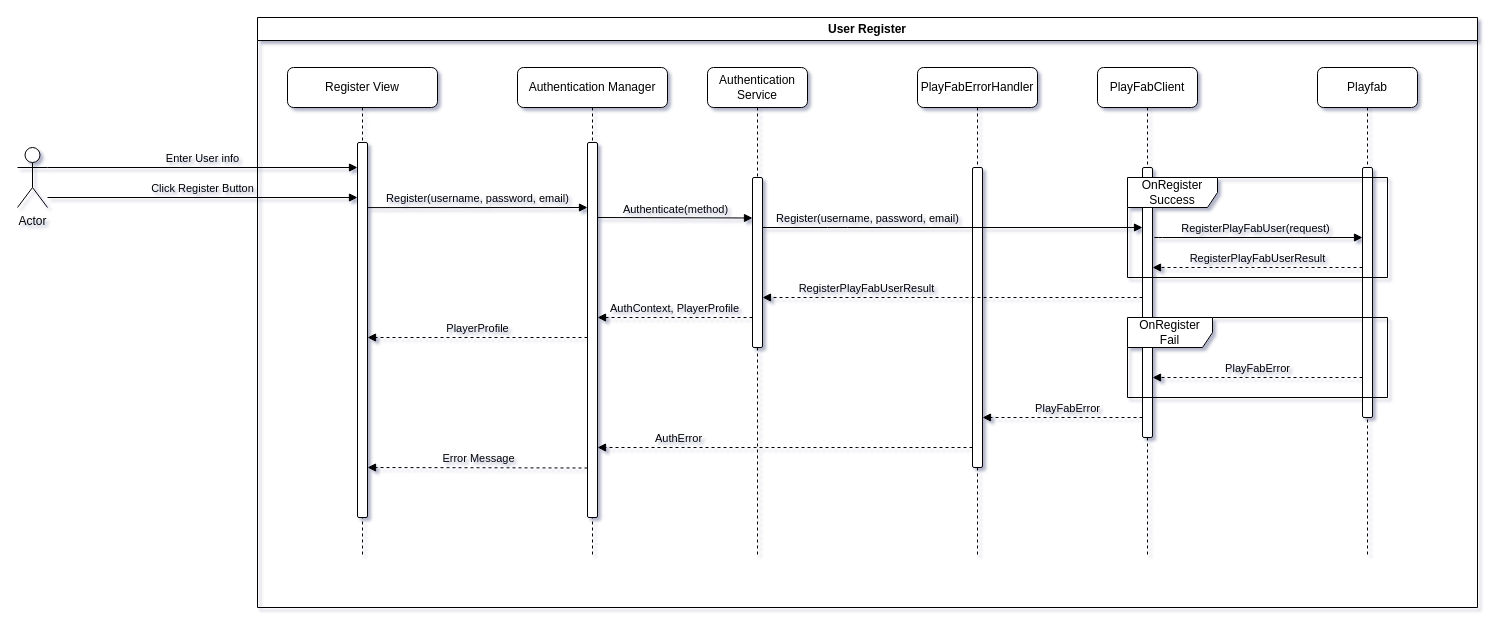
This is page "Register" (1 of 3) of cosmic-shore-backend-services.drawio from froglet-studio/cosmic-shore-backend-diagrams, a draw.io file, before an edit. Source tidied: cells renumbered, new cells numbered last; positions are measured from the earlier drawing's top-left corner, leaving out a move shared by most shapes. Both pictures are drawn from the tidied source at 100%, with x=0, y=0 at pixel (17, 17).
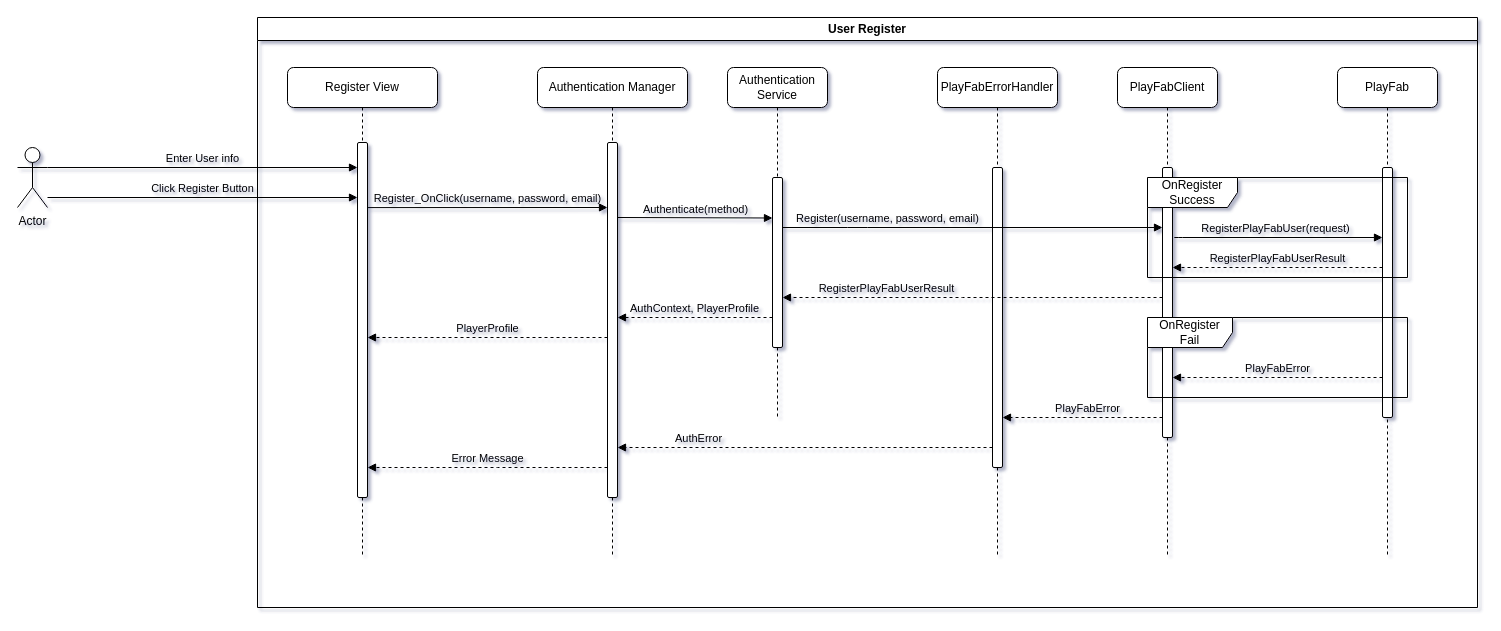
The same page after the edit.

Unchanged cells that the change refers to:
```xml
<mxCell id="10" style="html=1;points=[];perimeter=orthogonalPerimeter;outlineConnect=0;targetShapes=umlLifeline;portConstraint=eastwest;newEdgeStyle={&quot;edgeStyle&quot;:&quot;elbowEdgeStyle&quot;,&quot;elbow&quot;:&quot;vertical&quot;,&quot;curved&quot;:0,&quot;rounded&quot;:0};labelBackgroundColor=none;rounded=1;" parent="9" vertex="1">
  <mxGeometry x="45" y="100" width="10" height="270" as="geometry" />
</mxCell>
<mxCell id="12" style="html=1;points=[];perimeter=orthogonalPerimeter;outlineConnect=0;targetShapes=umlLifeline;portConstraint=eastwest;newEdgeStyle={&quot;edgeStyle&quot;:&quot;elbowEdgeStyle&quot;,&quot;elbow&quot;:&quot;vertical&quot;,&quot;curved&quot;:0,&quot;rounded&quot;:0};labelBackgroundColor=none;rounded=1;" parent="11" vertex="1">
  <mxGeometry x="45" y="100" width="10" height="250" as="geometry" />
</mxCell>
<mxCell id="17" style="html=1;points=[];perimeter=orthogonalPerimeter;outlineConnect=0;targetShapes=umlLifeline;portConstraint=eastwest;newEdgeStyle={&quot;edgeStyle&quot;:&quot;elbowEdgeStyle&quot;,&quot;elbow&quot;:&quot;vertical&quot;,&quot;curved&quot;:0,&quot;rounded&quot;:0};labelBackgroundColor=none;rounded=1;" parent="16" vertex="1">
  <mxGeometry x="55" y="100" width="10" height="300" as="geometry" />
</mxCell>
<mxCell id="31" value="Actor" style="shape=umlActor;verticalLabelPosition=bottom;verticalAlign=top;html=1;outlineConnect=0;" parent="1" vertex="1">
  <mxGeometry y="130" width="30" height="60" as="geometry" />
</mxCell>
```

The edit, as a diff of the source:
```diff
@@
+    <mxCell id="7" value="Register View" style="shape=umlLifeline;perimeter=lifelinePerimeter;whiteSpace=wrap;html=1;newEdgeStyle={&quot;edgeStyle&quot;:&quot;elbowEdgeStyle&quot;,&quot;elbow&quot;:&quot;vertical&quot;,&quot;curved&quot;:0,&quot;rounded&quot;:0};labelBackgroundColor=none;rounded=1;glass=0;" parent="1" vertex="1">
+      <mxGeometry x="270" y="50" width="150" height="490" as="geometry" />
+    </mxCell>
+    <mxCell id="8" style="html=1;perimeter=orthogonalPerimeter;targetShapes=umlLifeline;newEdgeStyle={&quot;edgeStyle&quot;:&quot;elbowEdgeStyle&quot;,&quot;elbow&quot;:&quot;vertical&quot;,&quot;curved&quot;:0,&quot;rounded&quot;:0};labelBackgroundColor=none;rounded=1;" parent="7" vertex="1">
+      <mxGeometry x="70" y="75" width="10" height="355" as="geometry" />
+    </mxCell>
+    <mxCell id="23" value="User Register" style="swimlane;whiteSpace=wrap;html=1;" parent="1" vertex="1">
+      <mxGeometry x="240" width="1220" height="590" as="geometry" />
+    </mxCell>
+    <mxCell id="24" value="Click Register Button" style="html=1;verticalAlign=bottom;endArrow=block;edgeStyle=elbowEdgeStyle;elbow=vertical;curved=0;rounded=1;labelBackgroundColor=none;fontColor=default;" parent="23" edge="1" source="31">
+      <mxGeometry relative="1" as="geometry">
+        <mxPoint x="100" y="180.6" as="targetPoint" />
+        <Array as="points">
+          <mxPoint x="110" y="180" />
+        </Array>
+      </mxGeometry>
+    </mxCell>
+    <mxCell id="25" value="Enter User info" style="html=1;verticalAlign=bottom;endArrow=block;edgeStyle=elbowEdgeStyle;elbow=vertical;curved=0;rounded=1;labelBackgroundColor=none;fontColor=default;exitX=1;exitY=0.3333333333333333;exitDx=0;exitDy=0;exitPerimeter=0;" parent="23" edge="1" source="31">
+      <mxGeometry relative="1" as="geometry">
+        <mxPoint x="100" y="150.6" as="targetPoint" />
+        <Array as="points">
+          <mxPoint x="110" y="150" />
+        </Array>
+      </mxGeometry>
+    </mxCell>
+    <mxCell id="26" value="Register_OnClick(username, password, email)" style="html=1;verticalAlign=bottom;endArrow=block;edgeStyle=elbowEdgeStyle;elbow=vertical;curved=0;rounded=1;labelBackgroundColor=none;fontColor=default;" parent="23" edge="1" target="3">
+      <mxGeometry relative="1" as="geometry">
+        <mxPoint x="110" y="190.1" as="sourcePoint" />
+      </mxGeometry>
+    </mxCell>
+    <mxCell id="29" value="Error Message" style="html=1;verticalAlign=bottom;endArrow=block;edgeStyle=elbowEdgeStyle;elbow=vertical;curved=0;rounded=1;labelBackgroundColor=none;fontColor=default;dashed=1;" parent="23" edge="1" source="3">
+      <mxGeometry relative="1" as="geometry">
+        <mxPoint x="110" y="450" as="targetPoint" />
+      </mxGeometry>
+    </mxCell>
+    <mxCell id="30" value="PlayerProfile" style="html=1;verticalAlign=bottom;endArrow=block;edgeStyle=elbowEdgeStyle;elbow=vertical;curved=0;rounded=1;labelBackgroundColor=none;fontColor=default;dashed=1;" parent="23" edge="1" source="3">
+      <mxGeometry relative="1" as="geometry">
+        <mxPoint x="110" y="320.5" as="targetPoint" />
+        <Array as="points">
+          <mxPoint x="200" y="320" />
+        </Array>
+      </mxGeometry>
+    </mxCell>
-    <mxCell id="2" value="Authentication Manager" style="shape=umlLifeline;perimeter=lifelinePerimeter;whiteSpace=wrap;html=1;newEdgeStyle={&quot;edgeStyle&quot;:&quot;elbowEdgeStyle&quot;,&quot;elbow&quot;:&quot;vertical&quot;,&quot;curved&quot;:0,&quot;rounded&quot;:0};labelBackgroundColor=none;rounded=1;glass=0;" parent="1" vertex="1">
-      <mxGeometry x="500" y="50" width="150" height="490" as="geometry" />
+    <mxCell id="2" value="Authentication Manager" style="shape=umlLifeline;perimeter=lifelinePerimeter;whiteSpace=wrap;html=1;newEdgeStyle={&quot;edgeStyle&quot;:&quot;elbowEdgeStyle&quot;,&quot;elbow&quot;:&quot;vertical&quot;,&quot;curved&quot;:0,&quot;rounded&quot;:0};labelBackgroundColor=none;rounded=1;glass=0;" parent="23" vertex="1">
+      <mxGeometry x="280" y="50" width="150" height="490" as="geometry" />
     </mxCell>
     <mxCell id="3" style="html=1;points=[];perimeter=orthogonalPerimeter;outlineConnect=0;targetShapes=umlLifeline;portConstraint=eastwest;newEdgeStyle={&quot;edgeStyle&quot;:&quot;elbowEdgeStyle&quot;,&quot;elbow&quot;:&quot;vertical&quot;,&quot;curved&quot;:0,&quot;rounded&quot;:0};labelBackgroundColor=none;rounded=1;" parent="2" vertex="1">
-      <mxGeometry x="70" y="75" width="10" height="375" as="geometry" />
+      <mxGeometry x="70" y="75" width="10" height="355" as="geometry" />
     </mxCell>
-    <mxCell id="4" value="Authentication Service" style="shape=umlLifeline;perimeter=lifelinePerimeter;whiteSpace=wrap;html=1;newEdgeStyle={&quot;edgeStyle&quot;:&quot;elbowEdgeStyle&quot;,&quot;elbow&quot;:&quot;vertical&quot;,&quot;curved&quot;:0,&quot;rounded&quot;:0};labelBackgroundColor=none;rounded=1;" parent="1" vertex="1">
-      <mxGeometry x="690" y="50" width="100" height="490" as="geometry" />
+    <mxCell id="4" value="Authentication Service" style="shape=umlLifeline;perimeter=lifelinePerimeter;whiteSpace=wrap;html=1;newEdgeStyle={&quot;edgeStyle&quot;:&quot;elbowEdgeStyle&quot;,&quot;elbow&quot;:&quot;vertical&quot;,&quot;curved&quot;:0,&quot;rounded&quot;:0};labelBackgroundColor=none;rounded=1;" parent="23" vertex="1">
+      <mxGeometry x="470" y="50" width="100" height="350" as="geometry" />
     </mxCell>
@@
-    <mxCell id="6" value="AuthContext, PlayerProfile" style="html=1;verticalAlign=bottom;endArrow=block;edgeStyle=elbowEdgeStyle;elbow=vertical;curved=0;rounded=1;labelBackgroundColor=none;fontColor=default;dashed=1;" parent="1" edge="1">
+    <mxCell id="6" value="AuthContext, PlayerProfile" style="html=1;verticalAlign=bottom;endArrow=block;edgeStyle=elbowEdgeStyle;elbow=vertical;curved=0;rounded=1;labelBackgroundColor=none;fontColor=default;dashed=1;" parent="23" edge="1">
       <mxGeometry relative="1" as="geometry">
-        <mxPoint x="735" y="300" as="sourcePoint" />
-        <mxPoint x="580" y="300.5" as="targetPoint" />
+        <mxPoint x="515" y="300" as="sourcePoint" />
+        <mxPoint x="360" y="300.5" as="targetPoint" />
         <Array as="points">
-          <mxPoint x="670" y="300" />
+          <mxPoint x="450" y="300" />
         </Array>
       </mxGeometry>
     </mxCell>
-    <mxCell id="7" value="Register View" style="shape=umlLifeline;perimeter=lifelinePerimeter;whiteSpace=wrap;html=1;newEdgeStyle={&quot;edgeStyle&quot;:&quot;elbowEdgeStyle&quot;,&quot;elbow&quot;:&quot;vertical&quot;,&quot;curved&quot;:0,&quot;rounded&quot;:0};labelBackgroundColor=none;rounded=1;glass=0;" parent="1" vertex="1">
-      <mxGeometry x="270" y="50" width="150" height="490" as="geometry" />
-    </mxCell>
-    <mxCell id="8" style="html=1;perimeter=orthogonalPerimeter;targetShapes=umlLifeline;newEdgeStyle={&quot;edgeStyle&quot;:&quot;elbowEdgeStyle&quot;,&quot;elbow&quot;:&quot;vertical&quot;,&quot;curved&quot;:0,&quot;rounded&quot;:0};labelBackgroundColor=none;rounded=1;" parent="7" vertex="1">
-      <mxGeometry x="70" y="75" width="10" height="375" as="geometry" />
-    </mxCell>
-    <mxCell id="9" value="PlayFabClient" style="shape=umlLifeline;perimeter=lifelinePerimeter;whiteSpace=wrap;html=1;newEdgeStyle={&quot;edgeStyle&quot;:&quot;elbowEdgeStyle&quot;,&quot;elbow&quot;:&quot;vertical&quot;,&quot;curved&quot;:0,&quot;rounded&quot;:0};labelBackgroundColor=none;rounded=1;" parent="1" vertex="1">
-      <mxGeometry x="1080" y="50" width="100" height="490" as="geometry" />
+    <mxCell id="9" value="PlayFabClient" style="shape=umlLifeline;perimeter=lifelinePerimeter;whiteSpace=wrap;html=1;newEdgeStyle={&quot;edgeStyle&quot;:&quot;elbowEdgeStyle&quot;,&quot;elbow&quot;:&quot;vertical&quot;,&quot;curved&quot;:0,&quot;rounded&quot;:0};labelBackgroundColor=none;rounded=1;" parent="23" vertex="1">
+      <mxGeometry x="860" y="50" width="100" height="490" as="geometry" />
     </mxCell>
@@
-    <mxCell id="11" value="Playfab" style="shape=umlLifeline;perimeter=lifelinePerimeter;whiteSpace=wrap;html=1;newEdgeStyle={&quot;edgeStyle&quot;:&quot;elbowEdgeStyle&quot;,&quot;elbow&quot;:&quot;vertical&quot;,&quot;curved&quot;:0,&quot;rounded&quot;:0};labelBackgroundColor=none;rounded=1;" parent="1" vertex="1">
-      <mxGeometry x="1300" y="50" width="100" height="490" as="geometry" />
+    <mxCell id="11" value="PlayFab" style="shape=umlLifeline;perimeter=lifelinePerimeter;whiteSpace=wrap;html=1;newEdgeStyle={&quot;edgeStyle&quot;:&quot;elbowEdgeStyle&quot;,&quot;elbow&quot;:&quot;vertical&quot;,&quot;curved&quot;:0,&quot;rounded&quot;:0};labelBackgroundColor=none;rounded=1;" parent="23" vertex="1">
+      <mxGeometry x="1080" y="50" width="100" height="490" as="geometry" />
     </mxCell>
@@
-    <mxCell id="13" value="RegisterPlayFabUser(request)" style="html=1;verticalAlign=bottom;endArrow=block;edgeStyle=elbowEdgeStyle;elbow=vertical;curved=0;rounded=1;labelBackgroundColor=none;fontColor=default;" parent="1" edge="1" target="12">
+    <mxCell id="13" value="RegisterPlayFabUser(request)" style="html=1;verticalAlign=bottom;endArrow=block;edgeStyle=elbowEdgeStyle;elbow=vertical;curved=0;rounded=1;labelBackgroundColor=none;fontColor=default;" parent="23" edge="1" target="12">
       <mxGeometry relative="1" as="geometry">
-        <mxPoint x="1140" y="220" as="sourcePoint" />
+        <mxPoint x="920" y="220" as="sourcePoint" />
         <Array as="points">
-          <mxPoint x="1135" y="220" />
+          <mxPoint x="915" y="220" />
         </Array>
       </mxGeometry>
     </mxCell>
-    <mxCell id="14" value="OnRegister Success" style="shape=umlFrame;whiteSpace=wrap;html=1;labelBackgroundColor=none;rounded=1;width=90;height=30;" parent="1" vertex="1">
-      <mxGeometry x="1110" y="160" width="260" height="100" as="geometry" />
+    <mxCell id="14" value="OnRegister Success" style="shape=umlFrame;whiteSpace=wrap;html=1;labelBackgroundColor=none;rounded=1;width=90;height=30;" parent="23" vertex="1">
+      <mxGeometry x="890" y="160" width="260" height="100" as="geometry" />
     </mxCell>
-    <mxCell id="15" value="RegisterPlayFabUserResult" style="html=1;verticalAlign=bottom;endArrow=block;edgeStyle=elbowEdgeStyle;elbow=vertical;curved=0;rounded=1;labelBackgroundColor=none;fontColor=default;dashed=1;" parent="1" edge="1">
+    <mxCell id="15" value="RegisterPlayFabUserResult" style="html=1;verticalAlign=bottom;endArrow=block;edgeStyle=elbowEdgeStyle;elbow=vertical;curved=0;rounded=1;labelBackgroundColor=none;fontColor=default;dashed=1;" parent="23" edge="1">
       <mxGeometry relative="1" as="geometry">
-        <mxPoint x="1345" y="250" as="sourcePoint" />
-        <mxPoint x="1135" y="250" as="targetPoint" />
+        <mxPoint x="1125" y="250" as="sourcePoint" />
+        <mxPoint x="915" y="250" as="targetPoint" />
       </mxGeometry>
     </mxCell>
-    <mxCell id="16" value="PlayFabErrorHandler" style="shape=umlLifeline;perimeter=lifelinePerimeter;whiteSpace=wrap;html=1;newEdgeStyle={&quot;edgeStyle&quot;:&quot;elbowEdgeStyle&quot;,&quot;elbow&quot;:&quot;vertical&quot;,&quot;curved&quot;:0,&quot;rounded&quot;:0};labelBackgroundColor=none;rounded=1;" parent="1" vertex="1">
-      <mxGeometry x="900" y="50" width="120" height="490" as="geometry" />
+    <mxCell id="16" value="PlayFabErrorHandler" style="shape=umlLifeline;perimeter=lifelinePerimeter;whiteSpace=wrap;html=1;newEdgeStyle={&quot;edgeStyle&quot;:&quot;elbowEdgeStyle&quot;,&quot;elbow&quot;:&quot;vertical&quot;,&quot;curved&quot;:0,&quot;rounded&quot;:0};labelBackgroundColor=none;rounded=1;" parent="23" vertex="1">
+      <mxGeometry x="680" y="50" width="120" height="490" as="geometry" />
     </mxCell>
@@
-    <mxCell id="18" value="PlayFabError" style="html=1;verticalAlign=bottom;endArrow=block;edgeStyle=elbowEdgeStyle;elbow=vertical;curved=0;rounded=1;labelBackgroundColor=none;fontColor=default;dashed=1;" parent="1" edge="1">
+    <mxCell id="18" value="PlayFabError" style="html=1;verticalAlign=bottom;endArrow=block;edgeStyle=elbowEdgeStyle;elbow=vertical;curved=0;rounded=1;labelBackgroundColor=none;fontColor=default;dashed=1;" parent="23" edge="1">
       <mxGeometry relative="1" as="geometry">
-        <mxPoint x="1345" y="360" as="sourcePoint" />
-        <mxPoint x="1135" y="360" as="targetPoint" />
+        <mxPoint x="1125" y="360" as="sourcePoint" />
+        <mxPoint x="915" y="360" as="targetPoint" />
       </mxGeometry>
     </mxCell>
-    <mxCell id="19" value="PlayFabError" style="html=1;verticalAlign=bottom;endArrow=block;edgeStyle=elbowEdgeStyle;elbow=vertical;curved=0;rounded=1;labelBackgroundColor=none;fontColor=default;dashed=1;" parent="1" edge="1">
+    <mxCell id="19" value="PlayFabError" style="html=1;verticalAlign=bottom;endArrow=block;edgeStyle=elbowEdgeStyle;elbow=vertical;curved=0;rounded=1;labelBackgroundColor=none;fontColor=default;dashed=1;" parent="23" edge="1">
       <mxGeometry x="-0.06" relative="1" as="geometry">
-        <mxPoint x="1125" y="400" as="sourcePoint" />
-        <mxPoint x="965" y="400" as="targetPoint" />
+        <mxPoint x="905" y="400" as="sourcePoint" />
+        <mxPoint x="745" y="400" as="targetPoint" />
         <Array as="points">
-          <mxPoint x="1050" y="400" />
+          <mxPoint x="830" y="400" />
         </Array>
       </mxGeometry>
     </mxCell>
-    <mxCell id="20" value="AuthError" style="html=1;verticalAlign=bottom;endArrow=block;edgeStyle=elbowEdgeStyle;elbow=vertical;curved=0;rounded=1;labelBackgroundColor=none;fontColor=default;dashed=1;" parent="1" edge="1" source="17" target="3">
+    <mxCell id="20" value="AuthError" style="html=1;verticalAlign=bottom;endArrow=block;edgeStyle=elbowEdgeStyle;elbow=vertical;curved=0;rounded=1;labelBackgroundColor=none;fontColor=default;dashed=1;" parent="23" edge="1" source="17" target="3">
       <mxGeometry x="0.57" relative="1" as="geometry">
         <Array as="points">
-          <mxPoint x="830" y="430" />
+          <mxPoint x="610" y="430" />
         </Array>
       </mxGeometry>
     </mxCell>
-    <mxCell id="21" value="RegisterPlayFabUserResult" style="html=1;verticalAlign=bottom;endArrow=block;edgeStyle=elbowEdgeStyle;elbow=vertical;curved=0;rounded=1;labelBackgroundColor=none;fontColor=default;dashed=1;" parent="1" edge="1" source="10">
+    <mxCell id="21" value="RegisterPlayFabUserResult" style="html=1;verticalAlign=bottom;endArrow=block;edgeStyle=elbowEdgeStyle;elbow=vertical;curved=0;rounded=1;labelBackgroundColor=none;fontColor=default;dashed=1;" parent="23" edge="1" source="10">
       <mxGeometry x="0.45" relative="1" as="geometry">
-        <mxPoint x="745" y="280" as="targetPoint" />
+        <mxPoint x="525" y="280" as="targetPoint" />
       </mxGeometry>
     </mxCell>
-    <mxCell id="22" value="OnRegister Fail" style="shape=umlFrame;whiteSpace=wrap;html=1;labelBackgroundColor=none;rounded=1;width=85;height=30;" parent="1" vertex="1">
-      <mxGeometry x="1110" y="300" width="260" height="80" as="geometry" />
+    <mxCell id="22" value="OnRegister Fail" style="shape=umlFrame;whiteSpace=wrap;html=1;labelBackgroundColor=none;rounded=1;width=85;height=30;" parent="23" vertex="1">
+      <mxGeometry x="890" y="300" width="260" height="80" as="geometry" />
     </mxCell>
-    <mxCell id="23" value="User Register" style="swimlane;whiteSpace=wrap;html=1;" parent="1" vertex="1">
-      <mxGeometry x="240" width="1220" height="590" as="geometry" />
-    </mxCell>
-    <mxCell id="24" value="Click Register Button" style="html=1;verticalAlign=bottom;endArrow=block;edgeStyle=elbowEdgeStyle;elbow=vertical;curved=0;rounded=1;labelBackgroundColor=none;fontColor=default;" parent="23" edge="1" source="31">
-      <mxGeometry relative="1" as="geometry">
-        <mxPoint x="100" y="180.6" as="targetPoint" />
-        <Array as="points">
-          <mxPoint x="110" y="180" />
-        </Array>
-      </mxGeometry>
-    </mxCell>
-    <mxCell id="25" value="Enter User info" style="html=1;verticalAlign=bottom;endArrow=block;edgeStyle=elbowEdgeStyle;elbow=vertical;curved=0;rounded=1;labelBackgroundColor=none;fontColor=default;exitX=1;exitY=0.3333333333333333;exitDx=0;exitDy=0;exitPerimeter=0;" parent="23" edge="1" source="31">
-      <mxGeometry relative="1" as="geometry">
-        <mxPoint x="100" y="150.6" as="targetPoint" />
-        <Array as="points">
-          <mxPoint x="110" y="150" />
-        </Array>
-      </mxGeometry>
-    </mxCell>
-    <mxCell id="26" value="Register(username, password, email)" style="html=1;verticalAlign=bottom;endArrow=block;edgeStyle=elbowEdgeStyle;elbow=vertical;curved=0;rounded=1;labelBackgroundColor=none;fontColor=default;" parent="23" edge="1">
-      <mxGeometry relative="1" as="geometry">
-        <mxPoint x="110" y="190.1" as="sourcePoint" />
-        <mxPoint x="330" y="190.1" as="targetPoint" />
-      </mxGeometry>
-    </mxCell>
     <mxCell id="27" value="Authenticate(method&lt;span style=&quot;background-color: initial;&quot;&gt;)&lt;/span&gt;" style="html=1;verticalAlign=bottom;endArrow=block;edgeStyle=elbowEdgeStyle;elbow=vertical;curved=0;rounded=1;labelBackgroundColor=none;fontColor=default;" parent="23" edge="1">
       <mxGeometry relative="1" as="geometry">
-        <mxPoint x="340" y="200" as="sourcePoint" />
-        <mxPoint x="495" y="200" as="targetPoint" />
+        <mxPoint x="360" y="200" as="sourcePoint" />
+        <mxPoint x="515" y="200" as="targetPoint" />
         <Array as="points">
-          <mxPoint x="420" y="200.5" />
+          <mxPoint x="440" y="200.5" />
         </Array>
       </mxGeometry>
     </mxCell>
     <mxCell id="28" value="Register(username, password, email&lt;span style=&quot;background-color: initial;&quot;&gt;)&lt;/span&gt;" style="html=1;verticalAlign=bottom;endArrow=block;edgeStyle=elbowEdgeStyle;elbow=vertical;curved=0;rounded=1;labelBackgroundColor=none;fontColor=default;jumpStyle=none;" parent="23" edge="1">
       <mxGeometry x="-0.45" relative="1" as="geometry">
-        <mxPoint x="505" y="210" as="sourcePoint" />
-        <mxPoint x="885" y="210" as="targetPoint" />
+        <mxPoint x="525" y="210" as="sourcePoint" />
+        <mxPoint x="905" y="210" as="targetPoint" />
         <Array as="points">
-          <mxPoint x="580" y="210" />
+          <mxPoint x="600" y="210" />
         </Array>
       </mxGeometry>
     </mxCell>
-    <mxCell id="29" value="Error Message" style="html=1;verticalAlign=bottom;endArrow=block;edgeStyle=elbowEdgeStyle;elbow=vertical;curved=0;rounded=1;labelBackgroundColor=none;fontColor=default;dashed=1;" parent="23" edge="1">
-      <mxGeometry relative="1" as="geometry">
-        <mxPoint x="330" y="450.5" as="sourcePoint" />
-        <mxPoint x="110" y="450" as="targetPoint" />
-      </mxGeometry>
-    </mxCell>
-    <mxCell id="30" value="PlayerProfile" style="html=1;verticalAlign=bottom;endArrow=block;edgeStyle=elbowEdgeStyle;elbow=vertical;curved=0;rounded=1;labelBackgroundColor=none;fontColor=default;dashed=1;" parent="23" edge="1">
-      <mxGeometry relative="1" as="geometry">
-        <mxPoint x="330" y="320" as="sourcePoint" />
-        <mxPoint x="110" y="320.5" as="targetPoint" />
-        <Array as="points">
-          <mxPoint x="200" y="320" />
-        </Array>
-      </mxGeometry>
-    </mxCell>
```
